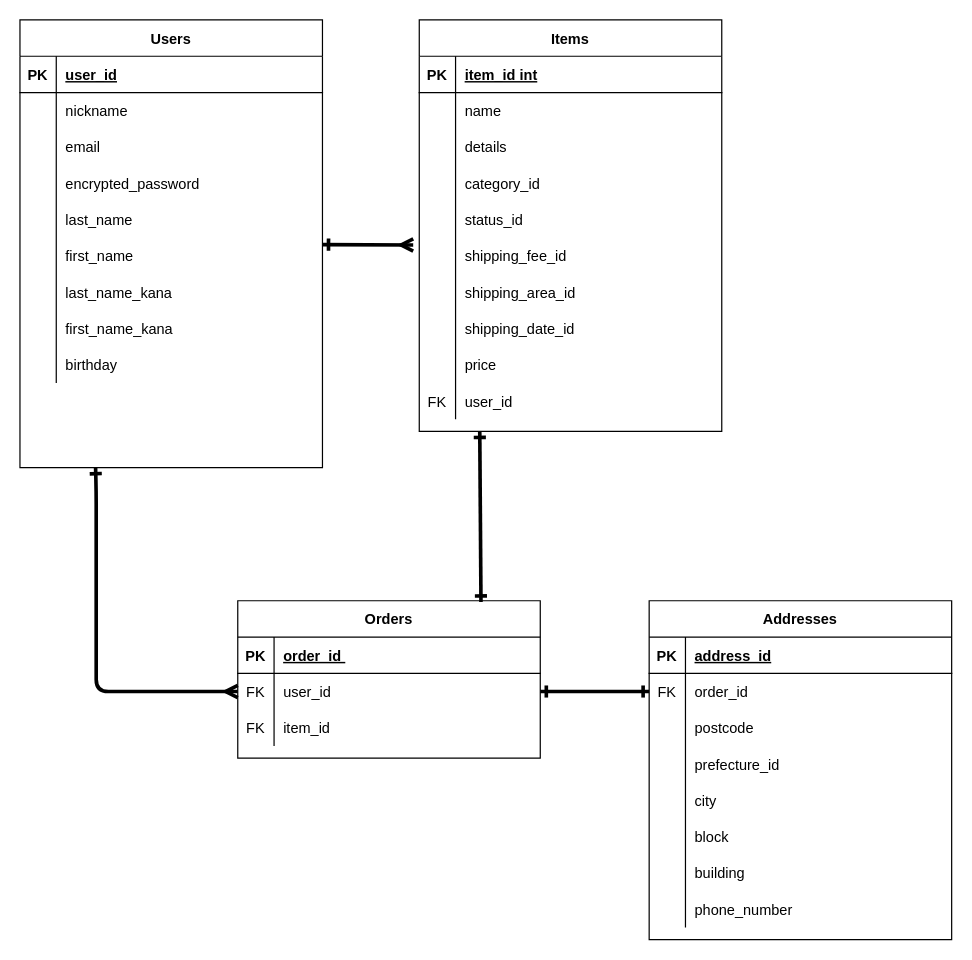
Earlier version of the draw.io diagram furima.dio (minori2109/furima-32518). Source tidied: cells renumbered, new cells numbered last; positions are measured from the earlier drawing's top-left corner, leaving out a move shared by most shapes. Both pictures are drawn from the tidied source at 121%, with x=0, y=0 at pixel (19, 19).
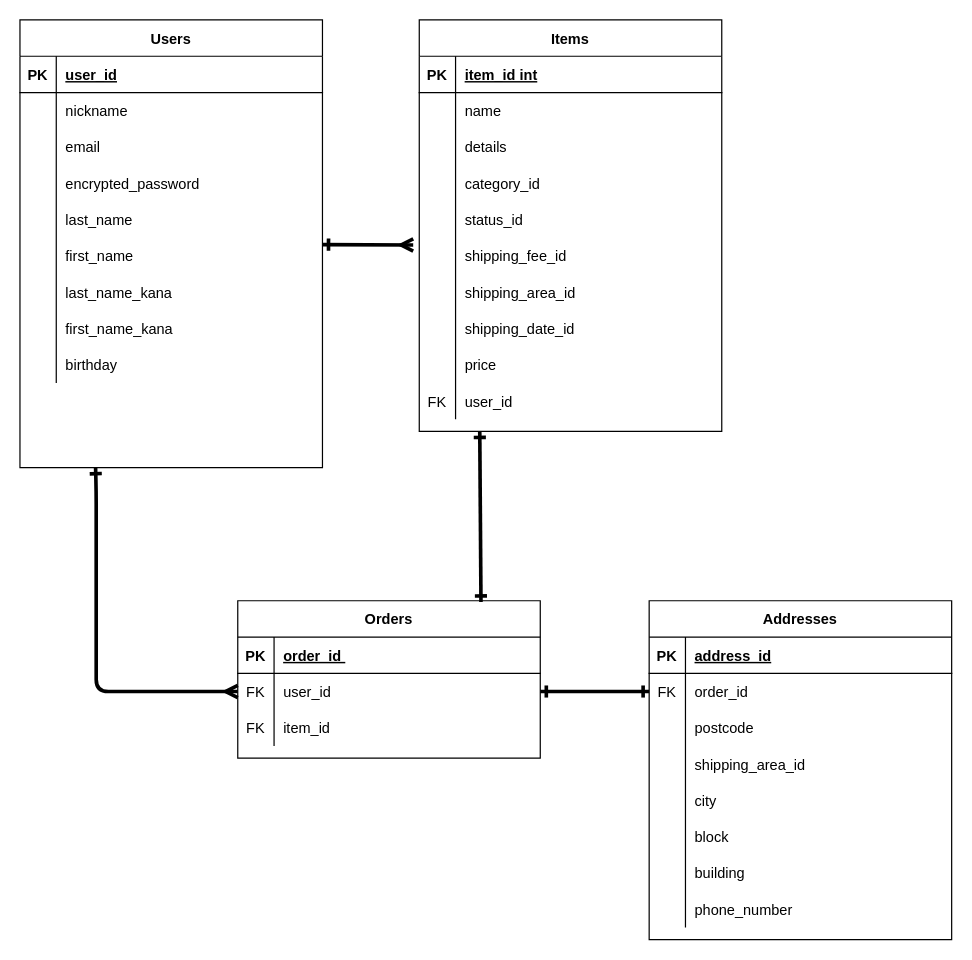
The same diagram, later.

Commit message (it also covers changes not shown here):
addressesテーブル再修正

The change refers to these unchanged cells:
```xml
<mxCell id="23" style="shape=partialRectangle;fillColor=none;top=0;left=0;right=0;bottom=0;" parent="13" vertex="1">
  <mxGeometry y="120" width="250" height="30" as="geometry" />
</mxCell>
```

The edit, as a diff of the source:
```diff
@@
-    <mxCell id="25" value="prefecture_id" style="shape=partialRectangle;overflow=hidden;fillColor=none;top=0;left=0;bottom=0;right=0;align=left;spacingLeft=6;" parent="23" vertex="1">
+    <mxCell id="25" value="shipping_area_id" style="shape=partialRectangle;overflow=hidden;fillColor=none;top=0;left=0;bottom=0;right=0;align=left;spacingLeft=6;" parent="23" vertex="1">
       <mxGeometry x="30" width="220" height="30" as="geometry" />
     </mxCell>
```
